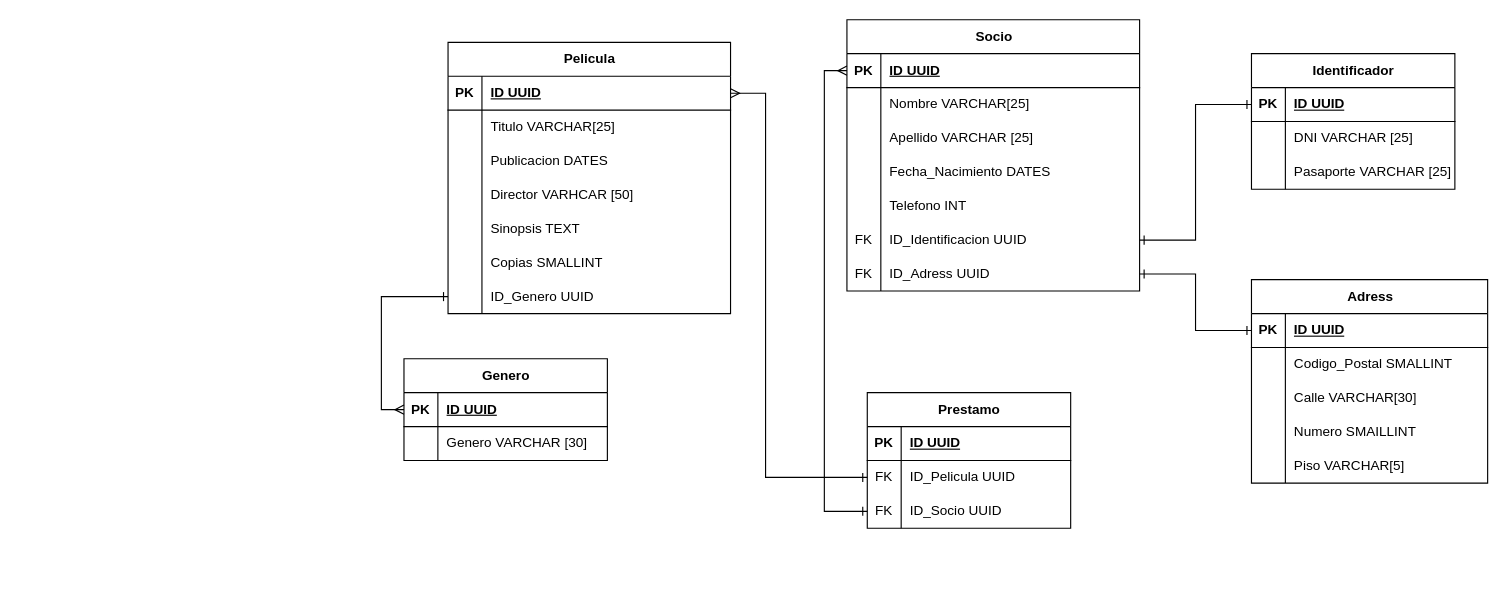
Before: Diagrama-Practica-Modulo-SQL.drawio in Gaston-Herrlein/Practica-Modulo-SQL, a draw.io diagram. Source tidied: cells renumbered, new cells numbered last; positions are measured from the earlier drawing's top-left corner, leaving out a move shared by most shapes. Both pictures are drawn from the tidied source at 113%, with x=0, y=0 at pixel (403, 19).
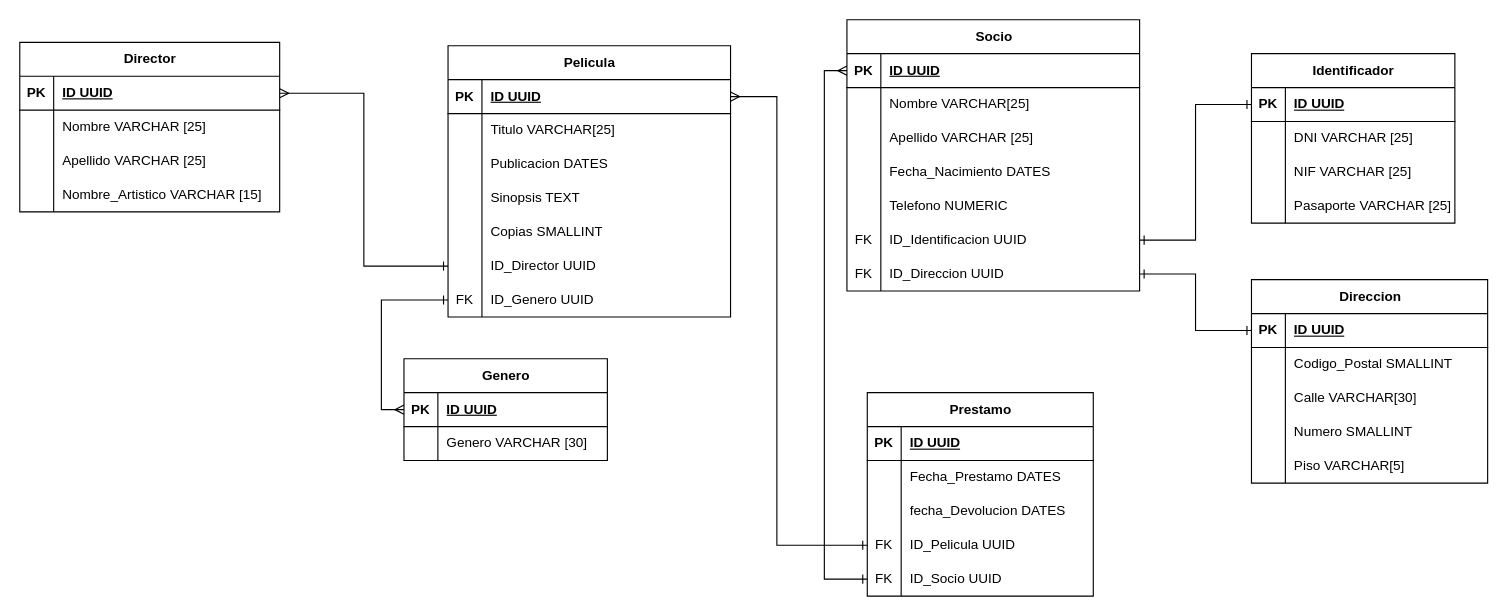
After the change.

Commit message:
fix: Se corrige el diagrama UML y se le agregan algunas mejoras :art:

The change refers to these unchanged cells:
```xml
<mxCell id="3" style="shape=tableRow;horizontal=0;startSize=0;swimlaneHead=0;swimlaneBody=0;fillColor=none;points=[[0,0.5],[1,0.5]];portConstraint=eastwest;top=0;left=0;right=0;bottom=1;" parent="2" vertex="1">
  <mxGeometry y="30" width="259" height="30" as="geometry" />
</mxCell>
<mxCell id="15" style="shape=tableRow;horizontal=0;startSize=0;swimlaneHead=0;swimlaneBody=0;fillColor=none;top=0;left=0;right=0;bottom=0;" parent="2" vertex="1">
  <mxGeometry y="150" width="259" height="30" as="geometry" />
</mxCell>
<mxCell id="21" style="shape=tableRow;horizontal=0;startSize=0;swimlaneHead=0;swimlaneBody=0;fillColor=none;points=[[0,0.5],[1,0.5]];portConstraint=eastwest;top=0;left=0;right=0;bottom=0;" parent="2" vertex="1">
  <mxGeometry y="210" width="259" height="30" as="geometry" />
</mxCell>
<mxCell id="31" style="shape=tableRow;horizontal=0;startSize=0;swimlaneHead=0;swimlaneBody=0;fillColor=none;top=0;left=0;right=0;bottom=0;" parent="24" vertex="1">
  <mxGeometry y="90" width="180" height="30" as="geometry" />
</mxCell>
<mxCell id="61" style="shape=tableRow;horizontal=0;startSize=0;swimlaneHead=0;swimlaneBody=0;fillColor=none;top=0;left=0;right=0;bottom=0;" parent="51" vertex="1">
  <mxGeometry y="120" width="209" height="30" as="geometry" />
</mxCell>
<mxCell id="68" style="shape=tableRow;horizontal=0;startSize=0;swimlaneHead=0;swimlaneBody=0;fillColor=none;points=[[0,0.5],[1,0.5]];portConstraint=eastwest;top=0;left=0;right=0;bottom=1;" parent="67" vertex="1">
  <mxGeometry y="30" width="250" height="30" as="geometry" />
</mxCell>
<mxCell id="86" style="shape=tableRow;horizontal=0;startSize=0;swimlaneHead=0;swimlaneBody=0;fillColor=none;points=[[0,0.5],[1,0.5]];portConstraint=eastwest;top=0;left=0;right=0;bottom=0;" parent="67" vertex="1">
  <mxGeometry y="210" width="250" height="30" as="geometry" />
</mxCell>
```

The edit, as a diff of the source:
```diff
@@
-    <mxCell id="17" value="Telefono INT" style="shape=partialRectangle;fillColor=none;top=0;left=0;bottom=0;right=0;align=left;spacingLeft=6;overflow=hidden;whiteSpace=wrap;html=1;" parent="15" vertex="1">
+    <mxCell id="17" value="Telefono NUMERIC" style="shape=partialRectangle;fillColor=none;top=0;left=0;bottom=0;right=0;align=left;spacingLeft=6;overflow=hidden;whiteSpace=wrap;html=1;" parent="15" vertex="1">
       <mxGeometry x="30" width="229" height="30" as="geometry" />
     </mxCell>
@@
-    <mxCell id="23" value="ID_Adress UUID" style="shape=partialRectangle;fillColor=none;top=0;left=0;bottom=0;right=0;align=left;spacingLeft=6;overflow=hidden;whiteSpace=wrap;html=1;" parent="21" vertex="1">
+    <mxCell id="23" value="ID_Direccion UUID" style="shape=partialRectangle;fillColor=none;top=0;left=0;bottom=0;right=0;align=left;spacingLeft=6;overflow=hidden;whiteSpace=wrap;html=1;" parent="21" vertex="1">
       <mxGeometry x="30" width="229" height="30" as="geometry" />
     </mxCell>
     <mxCell id="24" value="Identificador" style="shape=table;startSize=30;childLayout=tableLayout;rowLines=0;fontStyle=1;align=center;html=1;" parent="1" vertex="1">
-      <mxGeometry x="750" y="30" width="180" height="120" as="geometry" />
+      <mxGeometry x="750" y="30" width="180" height="150" as="geometry" />
     </mxCell>
@@
-    <mxCell id="33" value="Pasaporte VARCHAR [25]" style="shape=partialRectangle;fillColor=none;top=0;left=0;bottom=0;right=0;align=left;spacingLeft=6;overflow=hidden;whiteSpace=wrap;html=1;" parent="31" vertex="1">
+    <mxCell id="33" value="NIF VARCHAR [25]" style="shape=partialRectangle;fillColor=none;top=0;left=0;bottom=0;right=0;align=left;spacingLeft=6;overflow=hidden;whiteSpace=wrap;html=1;" parent="31" vertex="1">
       <mxGeometry x="30" width="150" height="30" as="geometry" />
     </mxCell>
+    <mxCell id="94" style="shape=tableRow;horizontal=0;startSize=0;swimlaneHead=0;swimlaneBody=0;fillColor=none;top=0;left=0;right=0;bottom=0;" parent="24" vertex="1">
+      <mxGeometry y="120" width="180" height="30" as="geometry" />
+    </mxCell>
+    <mxCell id="95" style="shape=partialRectangle;fillColor=none;top=0;left=0;bottom=0;right=0;overflow=hidden;whiteSpace=wrap;html=1;" parent="94" vertex="1">
+      <mxGeometry width="30" height="30" as="geometry" />
+    </mxCell>
+    <mxCell id="96" value="Pasaporte VARCHAR [25]" style="shape=partialRectangle;fillColor=none;top=0;left=0;bottom=0;right=0;align=left;spacingLeft=6;overflow=hidden;whiteSpace=wrap;html=1;" parent="94" vertex="1">
+      <mxGeometry x="30" width="150" height="30" as="geometry" />
+    </mxCell>
@@
     <mxCell id="41" value="Prestamo" style="shape=table;startSize=30;childLayout=tableLayout;rowLines=0;fontStyle=1;align=center;html=1;" parent="1" vertex="1">
-      <mxGeometry x="410" y="330" width="180" height="120" as="geometry" />
+      <mxGeometry x="410" y="330" width="200" height="180" as="geometry" />
     </mxCell>
     <mxCell id="42" style="shape=tableRow;horizontal=0;startSize=0;swimlaneHead=0;swimlaneBody=0;fillColor=none;top=0;left=0;right=0;bottom=1;" parent="41" vertex="1">
-      <mxGeometry y="30" width="180" height="30" as="geometry" />
+      <mxGeometry y="30" width="200" height="30" as="geometry" />
     </mxCell>
@@
     <mxCell id="44" value="ID UUID" style="shape=partialRectangle;fillColor=none;top=0;left=0;bottom=0;right=0;align=left;spacingLeft=6;fontStyle=5;overflow=hidden;whiteSpace=wrap;html=1;" parent="42" vertex="1">
-      <mxGeometry x="30" width="150" height="30" as="geometry" />
+      <mxGeometry x="30" width="170" height="30" as="geometry" />
     </mxCell>
     <mxCell id="45" style="shape=tableRow;horizontal=0;startSize=0;swimlaneHead=0;swimlaneBody=0;fillColor=none;points=[[0,0.5],[1,0.5]];portConstraint=eastwest;top=0;left=0;right=0;bottom=0;" parent="41" vertex="1">
-      <mxGeometry y="60" width="180" height="30" as="geometry" />
+      <mxGeometry y="60" width="200" height="30" as="geometry" />
     </mxCell>
-    <mxCell id="46" value="FK" style="shape=partialRectangle;fillColor=none;top=0;left=0;bottom=0;right=0;overflow=hidden;whiteSpace=wrap;html=1;" parent="45" vertex="1">
+    <mxCell id="46" style="shape=partialRectangle;fillColor=none;top=0;left=0;bottom=0;right=0;overflow=hidden;whiteSpace=wrap;html=1;" parent="45" vertex="1">
       <mxGeometry width="30" height="30" as="geometry" />
     </mxCell>
-    <mxCell id="47" value="ID_Pelicula UUID" style="shape=partialRectangle;fillColor=none;top=0;left=0;bottom=0;right=0;align=left;spacingLeft=6;overflow=hidden;whiteSpace=wrap;html=1;" parent="45" vertex="1">
-      <mxGeometry x="30" width="150" height="30" as="geometry" />
+    <mxCell id="47" value="Fecha_Prestamo DATES" style="shape=partialRectangle;fillColor=none;top=0;left=0;bottom=0;right=0;align=left;spacingLeft=6;overflow=hidden;whiteSpace=wrap;html=1;" parent="45" vertex="1">
+      <mxGeometry x="30" width="170" height="30" as="geometry" />
     </mxCell>
     <mxCell id="48" style="shape=tableRow;horizontal=0;startSize=0;swimlaneHead=0;swimlaneBody=0;fillColor=none;points=[[0,0.5],[1,0.5]];portConstraint=eastwest;top=0;left=0;right=0;bottom=0;" parent="41" vertex="1">
-      <mxGeometry y="90" width="180" height="30" as="geometry" />
+      <mxGeometry y="90" width="200" height="30" as="geometry" />
     </mxCell>
-    <mxCell id="49" value="FK" style="shape=partialRectangle;fillColor=none;top=0;left=0;bottom=0;right=0;overflow=hidden;whiteSpace=wrap;html=1;" parent="48" vertex="1">
+    <mxCell id="49" style="shape=partialRectangle;fillColor=none;top=0;left=0;bottom=0;right=0;overflow=hidden;whiteSpace=wrap;html=1;" parent="48" vertex="1">
       <mxGeometry width="30" height="30" as="geometry" />
     </mxCell>
-    <mxCell id="50" value="ID_Socio UUID" style="shape=partialRectangle;fillColor=none;top=0;left=0;bottom=0;right=0;align=left;spacingLeft=6;overflow=hidden;whiteSpace=wrap;html=1;" parent="48" vertex="1">
-      <mxGeometry x="30" width="150" height="30" as="geometry" />
+    <mxCell id="50" value="fecha_Devolucion DATES" style="shape=partialRectangle;fillColor=none;top=0;left=0;bottom=0;right=0;align=left;spacingLeft=6;overflow=hidden;whiteSpace=wrap;html=1;" parent="48" vertex="1">
+      <mxGeometry x="30" width="170" height="30" as="geometry" />
     </mxCell>
+    <mxCell id="97" style="shape=tableRow;horizontal=0;startSize=0;swimlaneHead=0;swimlaneBody=0;fillColor=none;points=[[0,0.5],[1,0.5]];portConstraint=eastwest;top=0;left=0;right=0;bottom=0;" parent="41" vertex="1">
+      <mxGeometry y="120" width="200" height="30" as="geometry" />
+    </mxCell>
+    <mxCell id="98" value="FK" style="shape=partialRectangle;fillColor=none;top=0;left=0;bottom=0;right=0;overflow=hidden;whiteSpace=wrap;html=1;" parent="97" vertex="1">
+      <mxGeometry width="30" height="30" as="geometry" />
+    </mxCell>
+    <mxCell id="99" value="ID_Pelicula UUID" style="shape=partialRectangle;fillColor=none;top=0;left=0;bottom=0;right=0;align=left;spacingLeft=6;overflow=hidden;whiteSpace=wrap;html=1;" parent="97" vertex="1">
+      <mxGeometry x="30" width="170" height="30" as="geometry" />
+    </mxCell>
+    <mxCell id="100" style="shape=tableRow;horizontal=0;startSize=0;swimlaneHead=0;swimlaneBody=0;fillColor=none;points=[[0,0.5],[1,0.5]];portConstraint=eastwest;top=0;left=0;right=0;bottom=0;" parent="41" vertex="1">
+      <mxGeometry y="150" width="200" height="30" as="geometry" />
+    </mxCell>
+    <mxCell id="101" value="FK" style="shape=partialRectangle;fillColor=none;top=0;left=0;bottom=0;right=0;overflow=hidden;whiteSpace=wrap;html=1;" parent="100" vertex="1">
+      <mxGeometry width="30" height="30" as="geometry" />
+    </mxCell>
+    <mxCell id="102" value="ID_Socio UUID" style="shape=partialRectangle;fillColor=none;top=0;left=0;bottom=0;right=0;align=left;spacingLeft=6;overflow=hidden;whiteSpace=wrap;html=1;" parent="100" vertex="1">
+      <mxGeometry x="30" width="170" height="30" as="geometry" />
+    </mxCell>
-    <mxCell id="51" value="Adress" style="shape=table;startSize=30;childLayout=tableLayout;rowLines=0;fontStyle=1;align=center;html=1;" parent="1" vertex="1">
+    <mxCell id="51" value="Direccion" style="shape=table;startSize=30;childLayout=tableLayout;rowLines=0;fontStyle=1;align=center;html=1;" parent="1" vertex="1">
       <mxGeometry x="750" y="230" width="209" height="180" as="geometry" />
     </mxCell>
@@
-    <mxCell id="63" value="Numero SMAILLINT" style="shape=partialRectangle;fillColor=none;top=0;left=0;bottom=0;right=0;align=left;spacingLeft=6;overflow=hidden;whiteSpace=wrap;html=1;" parent="61" vertex="1">
+    <mxCell id="63" value="Numero SMALLINT" style="shape=partialRectangle;fillColor=none;top=0;left=0;bottom=0;right=0;align=left;spacingLeft=6;overflow=hidden;whiteSpace=wrap;html=1;" parent="61" vertex="1">
       <mxGeometry x="30" width="179" height="30" as="geometry" />
     </mxCell>
@@
     <mxCell id="67" value="Pelicula" style="shape=table;startSize=30;childLayout=tableLayout;rowLines=0;fontStyle=1;align=center;html=1;" parent="1" vertex="1">
-      <mxGeometry x="39" y="20" width="250" height="240" as="geometry" />
+      <mxGeometry x="39" y="23" width="250" height="240" as="geometry" />
     </mxCell>
@@
-    <mxCell id="77" style="shape=tableRow;horizontal=0;startSize=0;swimlaneHead=0;swimlaneBody=0;fillColor=none;points=[[0,0.5],[1,0.5]];portConstraint=eastwest;top=0;left=0;right=0;bottom=0;" parent="67" vertex="1">
-      <mxGeometry y="120" width="250" height="30" as="geometry" />
-    </mxCell>
-    <mxCell id="78" style="shape=partialRectangle;fillColor=none;top=0;left=0;bottom=0;right=0;overflow=hidden;whiteSpace=wrap;html=1;" parent="77" vertex="1">
-      <mxGeometry width="30" height="30" as="geometry" />
-    </mxCell>
-    <mxCell id="79" value="Director VARHCAR [50]" style="shape=partialRectangle;fillColor=none;top=0;left=0;bottom=0;right=0;align=left;spacingLeft=6;overflow=hidden;whiteSpace=wrap;html=1;" parent="77" vertex="1">
-      <mxGeometry x="30" width="220" height="30" as="geometry" />
-    </mxCell>
     <mxCell id="80" style="shape=tableRow;horizontal=0;startSize=0;swimlaneHead=0;swimlaneBody=0;fillColor=none;top=0;left=0;right=0;bottom=0;" parent="67" vertex="1">
-      <mxGeometry y="150" width="250" height="30" as="geometry" />
+      <mxGeometry y="120" width="250" height="30" as="geometry" />
     </mxCell>
@@
     <mxCell id="83" style="shape=tableRow;horizontal=0;startSize=0;swimlaneHead=0;swimlaneBody=0;fillColor=none;top=0;left=0;right=0;bottom=0;" parent="67" vertex="1">
-      <mxGeometry y="180" width="250" height="30" as="geometry" />
+      <mxGeometry y="150" width="250" height="30" as="geometry" />
     </mxCell>
@@
+    <mxCell id="77" style="shape=tableRow;horizontal=0;startSize=0;swimlaneHead=0;swimlaneBody=0;fillColor=none;points=[[0,0.5],[1,0.5]];portConstraint=eastwest;top=0;left=0;right=0;bottom=0;" parent="67" vertex="1">
+      <mxGeometry y="180" width="250" height="30" as="geometry" />
+    </mxCell>
+    <mxCell id="78" style="shape=partialRectangle;fillColor=none;top=0;left=0;bottom=0;right=0;overflow=hidden;whiteSpace=wrap;html=1;" parent="77" vertex="1">
+      <mxGeometry width="30" height="30" as="geometry" />
+    </mxCell>
+    <mxCell id="79" value="ID_Director UUID" style="shape=partialRectangle;fillColor=none;top=0;left=0;bottom=0;right=0;align=left;spacingLeft=6;overflow=hidden;whiteSpace=wrap;html=1;" parent="77" vertex="1">
+      <mxGeometry x="30" width="220" height="30" as="geometry" />
+    </mxCell>
@@
-    <mxCell id="87" style="shape=partialRectangle;fillColor=none;top=0;left=0;bottom=0;right=0;overflow=hidden;whiteSpace=wrap;html=1;" parent="86" vertex="1">
+    <mxCell id="87" value="FK" style="shape=partialRectangle;fillColor=none;top=0;left=0;bottom=0;right=0;overflow=hidden;whiteSpace=wrap;html=1;" parent="86" vertex="1">
       <mxGeometry width="30" height="30" as="geometry" />
     </mxCell>
@@
-    <mxCell id="91" style="edgeStyle=orthogonalEdgeStyle;rounded=0;jettySize=auto;html=1;exitX=0;exitY=0.5;exitDx=0;exitDy=0;entryX=0;entryY=0.5;entryDx=0;entryDy=0;startArrow=ERmany;startFill=0;endArrow=ERone;endFill=0;" parent="1" edge="1" source="3" target="48">
+    <mxCell id="91" style="edgeStyle=orthogonalEdgeStyle;rounded=0;jettySize=auto;html=1;exitX=0;exitY=0.5;exitDx=0;exitDy=0;entryX=0;entryY=0.5;entryDx=0;entryDy=0;startArrow=ERmany;startFill=0;endArrow=ERone;endFill=0;" parent="1" edge="1" source="3" target="100">
       <mxGeometry relative="1" as="geometry" />
     </mxCell>
-    <mxCell id="92" style="edgeStyle=orthogonalEdgeStyle;rounded=0;jettySize=auto;html=1;exitX=1;exitY=0.5;exitDx=0;exitDy=0;entryX=0;entryY=0.5;entryDx=0;entryDy=0;startArrow=ERmany;startFill=0;endArrow=ERone;endFill=0;" parent="1" edge="1" source="68" target="45">
+    <mxCell id="92" style="edgeStyle=orthogonalEdgeStyle;rounded=0;jettySize=auto;html=1;exitX=1;exitY=0.5;exitDx=0;exitDy=0;startArrow=ERmany;startFill=0;endArrow=ERone;endFill=0;entryX=0;entryY=0.5;entryDx=0;entryDy=0;" parent="1" edge="1" source="68" target="97">
       <mxGeometry relative="1" as="geometry">
         <Array as="points">
-          <mxPoint x="320" y="65" />
-          <mxPoint x="320" y="405" />
+          <mxPoint x="330" y="68" />
+          <mxPoint x="330" y="465" />
         </Array>
       </mxGeometry>
     </mxCell>
@@
+    <mxCell id="103" value="Director" style="shape=table;startSize=30;childLayout=tableLayout;rowLines=0;fontStyle=1;align=center;html=1;" parent="1" vertex="1">
+      <mxGeometry x="-340" y="20" width="230" height="150" as="geometry" />
+    </mxCell>
+    <mxCell id="104" style="shape=tableRow;horizontal=0;startSize=0;swimlaneHead=0;swimlaneBody=0;fillColor=none;points=[[0,0.5],[1,0.5]];portConstraint=eastwest;top=0;left=0;right=0;bottom=1;" parent="103" vertex="1">
+      <mxGeometry y="30" width="230" height="30" as="geometry" />
+    </mxCell>
+    <mxCell id="105" value="PK" style="shape=partialRectangle;fillColor=none;top=0;left=0;bottom=0;right=0;fontStyle=1;overflow=hidden;whiteSpace=wrap;html=1;" parent="104" vertex="1">
+      <mxGeometry width="30" height="30" as="geometry" />
+    </mxCell>
+    <mxCell id="106" value="ID UUID" style="shape=partialRectangle;fillColor=none;top=0;left=0;bottom=0;right=0;align=left;spacingLeft=6;fontStyle=5;overflow=hidden;whiteSpace=wrap;html=1;" parent="104" vertex="1">
+      <mxGeometry x="30" width="200" height="30" as="geometry" />
+    </mxCell>
+    <mxCell id="107" style="shape=tableRow;horizontal=0;startSize=0;swimlaneHead=0;swimlaneBody=0;fillColor=none;top=0;left=0;right=0;bottom=0;" parent="103" vertex="1">
+      <mxGeometry y="60" width="230" height="30" as="geometry" />
+    </mxCell>
+    <mxCell id="108" style="shape=partialRectangle;fillColor=none;top=0;left=0;bottom=0;right=0;overflow=hidden;whiteSpace=wrap;html=1;" parent="107" vertex="1">
+      <mxGeometry width="30" height="30" as="geometry" />
+    </mxCell>
+    <mxCell id="109" value="Nombre VARCHAR [25]" style="shape=partialRectangle;fillColor=none;top=0;left=0;bottom=0;right=0;align=left;spacingLeft=6;overflow=hidden;whiteSpace=wrap;html=1;" parent="107" vertex="1">
+      <mxGeometry x="30" width="200" height="30" as="geometry" />
+    </mxCell>
+    <mxCell id="110" style="shape=tableRow;horizontal=0;startSize=0;swimlaneHead=0;swimlaneBody=0;fillColor=none;top=0;left=0;right=0;bottom=0;" parent="103" vertex="1">
+      <mxGeometry y="90" width="230" height="30" as="geometry" />
+    </mxCell>
+    <mxCell id="111" style="shape=partialRectangle;fillColor=none;top=0;left=0;bottom=0;right=0;overflow=hidden;whiteSpace=wrap;html=1;" parent="110" vertex="1">
+      <mxGeometry width="30" height="30" as="geometry" />
+    </mxCell>
+    <mxCell id="112" value="Apellido VARCHAR [25]" style="shape=partialRectangle;fillColor=none;top=0;left=0;bottom=0;right=0;align=left;spacingLeft=6;overflow=hidden;whiteSpace=wrap;html=1;" parent="110" vertex="1">
+      <mxGeometry x="30" width="200" height="30" as="geometry" />
+    </mxCell>
+    <mxCell id="113" style="shape=tableRow;horizontal=0;startSize=0;swimlaneHead=0;swimlaneBody=0;fillColor=none;top=0;left=0;right=0;bottom=0;" parent="103" vertex="1">
+      <mxGeometry y="120" width="230" height="30" as="geometry" />
+    </mxCell>
+    <mxCell id="114" style="shape=partialRectangle;fillColor=none;top=0;left=0;bottom=0;right=0;overflow=hidden;whiteSpace=wrap;html=1;" parent="113" vertex="1">
+      <mxGeometry width="30" height="30" as="geometry" />
+    </mxCell>
+    <mxCell id="115" value="Nombre_Artistico VARCHAR [15]" style="shape=partialRectangle;fillColor=none;top=0;left=0;bottom=0;right=0;align=left;spacingLeft=6;overflow=hidden;whiteSpace=wrap;html=1;" parent="113" vertex="1">
+      <mxGeometry x="30" width="200" height="30" as="geometry" />
+    </mxCell>
+    <mxCell id="116" style="edgeStyle=orthogonalEdgeStyle;rounded=0;jettySize=auto;html=1;exitX=1;exitY=0.5;exitDx=0;exitDy=0;entryX=0;entryY=0.5;entryDx=0;entryDy=0;startArrow=ERmany;startFill=0;endArrow=ERone;endFill=0;" parent="1" edge="1" source="104" target="77">
+      <mxGeometry relative="1" as="geometry" />
+    </mxCell>
```
